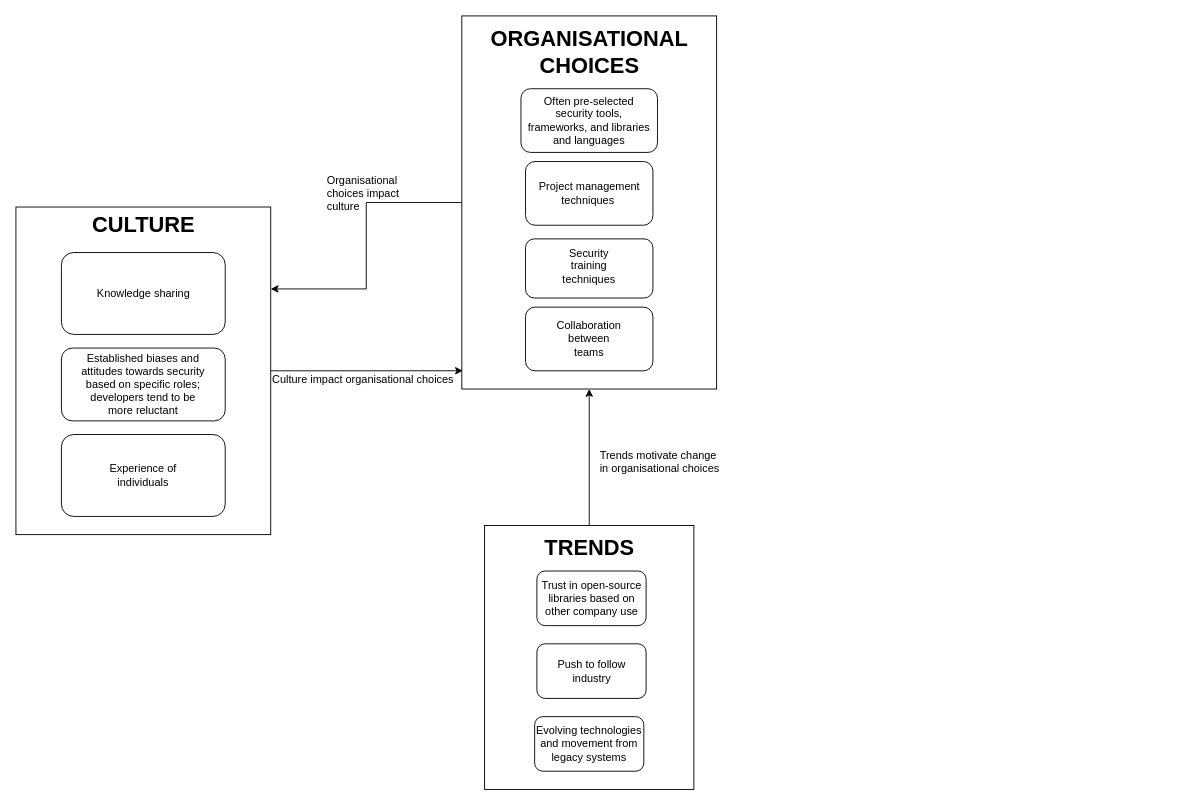
Earlier version of the draw.io diagram reports/final/Emergent_Theory_Diagram.drawio (sajwanlava/ENGR489). Source tidied: cells renumbered, new cells numbered last; positions are measured from the earlier drawing's top-left corner, leaving out a move shared by most shapes. Both pictures are drawn from the tidied source at 91%, with x=0, y=0 at pixel (15, 15).
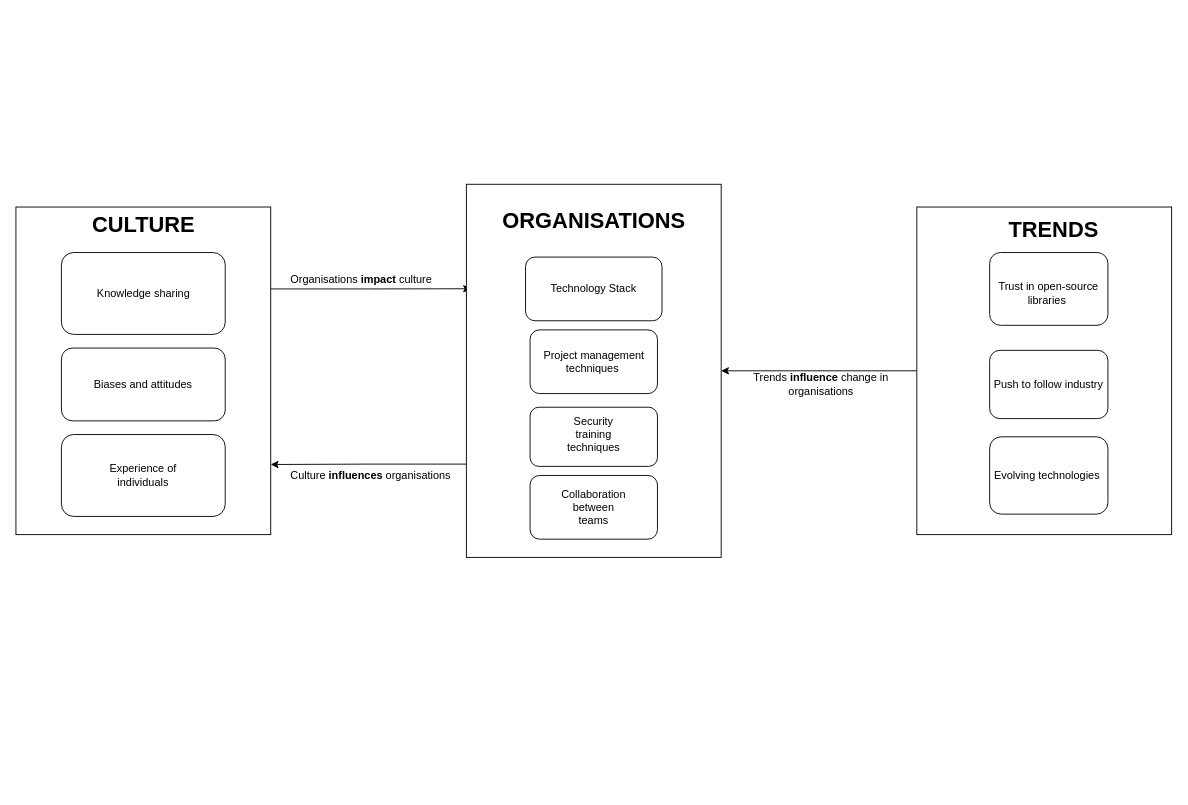
The same page after the edit.

Unchanged cells that the change refers to:
```xml
<mxCell id="3" style="rounded=0;whiteSpace=wrap;html=1;" parent="1" vertex="1">
  <mxGeometry y="210" width="280" height="360" as="geometry" />
</mxCell>
```

The edit, as a diff of the source:
```diff
@@
+    <mxCell id="32" style="edgeStyle=orthogonalEdgeStyle;rounded=0;jettySize=auto;html=1;entryX=1;entryY=0.5;entryDx=0;entryDy=0;" parent="1" edge="1" source="33" target="10">
+      <mxGeometry relative="1" as="geometry" />
+    </mxCell>
+    <mxCell id="33" style="rounded=0;whiteSpace=wrap;html=1;" parent="1" vertex="1">
+      <mxGeometry x="990" y="210" width="280" height="360" as="geometry" />
+    </mxCell>
-    <mxCell id="2" style="edgeStyle=orthogonalEdgeStyle;rounded=0;jettySize=auto;html=1;entryX=0.004;entryY=0.951;entryDx=0;entryDy=0;entryPerimeter=0;" parent="1" edge="1" source="3" target="10">
+    <mxCell id="2" style="edgeStyle=orthogonalEdgeStyle;rounded=0;jettySize=auto;html=1;exitX=1;exitY=0.25;exitDx=0;exitDy=0;entryX=0.018;entryY=0.28;entryDx=0;entryDy=0;entryPerimeter=0;" parent="1" edge="1" source="3" target="10">
       <mxGeometry relative="1" as="geometry" />
     </mxCell>
@@
-    <mxCell id="5" value="Established biases and attitudes towards security based on specific roles; developers tend to be more reluctant" style="text;html=1;strokeColor=none;fillColor=none;align=center;verticalAlign=middle;whiteSpace=wrap;rounded=0;" parent="1" vertex="1">
+    <mxCell id="5" value="Biases and attitudes" style="text;html=1;strokeColor=none;fillColor=none;align=center;verticalAlign=middle;whiteSpace=wrap;rounded=0;" parent="1" vertex="1">
       <mxGeometry x="70" y="395" width="140" height="20" as="geometry" />
     </mxCell>
@@
-    <mxCell id="9" style="edgeStyle=orthogonalEdgeStyle;rounded=0;jettySize=auto;html=1;entryX=1;entryY=0.25;entryDx=0;entryDy=0;" parent="1" edge="1" source="10" target="3">
+    <mxCell id="9" style="edgeStyle=orthogonalEdgeStyle;rounded=0;jettySize=auto;html=1;exitX=0;exitY=0.75;exitDx=0;exitDy=0;entryX=1;entryY=0.786;entryDx=0;entryDy=0;entryPerimeter=0;" parent="1" edge="1" source="10" target="3">
       <mxGeometry relative="1" as="geometry" />
     </mxCell>
     <mxCell id="10" style="rounded=0;whiteSpace=wrap;html=1;" parent="1" vertex="1">
-      <mxGeometry x="490" width="280" height="410" as="geometry" />
+      <mxGeometry x="495" y="185" width="280" height="410" as="geometry" />
     </mxCell>
-    <mxCell id="11" value="ORGANISATIONAL &lt;br&gt;CHOICES" style="text;strokeColor=none;fillColor=none;html=1;fontSize=24;fontStyle=1;verticalAlign=middle;align=center;" parent="1" vertex="1">
-      <mxGeometry x="580" y="20" width="100" height="40" as="geometry" />
+    <mxCell id="11" value="ORGANISATIONS" style="text;strokeColor=none;fillColor=none;html=1;fontSize=24;fontStyle=1;verticalAlign=middle;align=center;" parent="1" vertex="1">
+      <mxGeometry x="585" y="205" width="100" height="40" as="geometry" />
     </mxCell>
     <mxCell id="12" style="rounded=1;whiteSpace=wrap;html=1;" parent="1" vertex="1">
-      <mxGeometry x="560" y="160" width="140" height="70" as="geometry" />
+      <mxGeometry x="565" y="345" width="140" height="70" as="geometry" />
     </mxCell>
     <mxCell id="13" value="Project management techniques&amp;nbsp;" style="text;html=1;strokeColor=none;fillColor=none;align=center;verticalAlign=middle;whiteSpace=wrap;rounded=0;" parent="1" vertex="1">
-      <mxGeometry x="572.5" y="190" width="115" height="10" as="geometry" />
+      <mxGeometry x="577.5" y="375" width="115" height="10" as="geometry" />
     </mxCell>
     <mxCell id="14" style="rounded=1;whiteSpace=wrap;html=1;" parent="1" vertex="1">
-      <mxGeometry x="560" y="245" width="140" height="65" as="geometry" />
+      <mxGeometry x="565" y="430" width="140" height="65" as="geometry" />
     </mxCell>
     <mxCell id="15" value="Security training techniques" style="text;html=1;strokeColor=none;fillColor=none;align=center;verticalAlign=middle;whiteSpace=wrap;rounded=0;" parent="1" vertex="1">
-      <mxGeometry x="610" y="265" width="40" height="20" as="geometry" />
+      <mxGeometry x="615" y="450" width="40" height="20" as="geometry" />
     </mxCell>
-    <mxCell id="16" value="Organisational choices impact culture" style="text;html=1;strokeColor=none;fillColor=none;align=left;verticalAlign=middle;whiteSpace=wrap;rounded=0;" parent="1" vertex="1">
-      <mxGeometry x="340" y="185" width="120" height="20" as="geometry" />
+    <mxCell id="16" value="Organisations&amp;nbsp;&lt;b&gt;impact&lt;/b&gt; culture" style="text;html=1;strokeColor=none;fillColor=none;align=left;verticalAlign=middle;whiteSpace=wrap;rounded=0;" parent="1" vertex="1">
+      <mxGeometry x="300" y="280" width="160" height="20" as="geometry" />
     </mxCell>
     <mxCell id="17" style="rounded=1;whiteSpace=wrap;html=1;" parent="1" vertex="1">
-      <mxGeometry x="560" y="320" width="140" height="70" as="geometry" />
+      <mxGeometry x="565" y="505" width="140" height="70" as="geometry" />
     </mxCell>
     <mxCell id="18" value="Collaboration between teams" style="text;html=1;strokeColor=none;fillColor=none;align=center;verticalAlign=middle;whiteSpace=wrap;rounded=0;" parent="1" vertex="1">
-      <mxGeometry x="610" y="345" width="40" height="20" as="geometry" />
+      <mxGeometry x="615" y="530" width="40" height="20" as="geometry" />
     </mxCell>
-    <mxCell id="19" style="edgeStyle=orthogonalEdgeStyle;rounded=0;jettySize=auto;html=1;entryX=0.5;entryY=1;entryDx=0;entryDy=0;" parent="1" edge="1" source="20" target="10">
-      <mxGeometry relative="1" as="geometry" />
-    </mxCell>
-    <mxCell id="20" style="rounded=0;whiteSpace=wrap;html=1;" parent="1" vertex="1">
-      <mxGeometry x="515" y="560" width="230" height="290" as="geometry" />
-    </mxCell>
     <mxCell id="21" value="TRENDS" style="text;strokeColor=none;fillColor=none;html=1;fontSize=24;fontStyle=1;verticalAlign=middle;align=center;" parent="1" vertex="1">
-      <mxGeometry x="580" y="570" width="100" height="30" as="geometry" />
+      <mxGeometry x="1090" y="220" width="100" height="30" as="geometry" />
     </mxCell>
-    <mxCell id="22" value="Trends motivate change in organisational choices" style="text;html=1;strokeColor=none;fillColor=none;align=left;verticalAlign=middle;whiteSpace=wrap;rounded=0;" parent="1" vertex="1">
-      <mxGeometry x="640" y="480" width="140" height="20" as="geometry" />
+    <mxCell id="22" value="Trends &lt;b&gt;influence&lt;/b&gt; change in organisations" style="text;html=1;strokeColor=none;fillColor=none;align=center;verticalAlign=middle;whiteSpace=wrap;rounded=0;" parent="1" vertex="1">
+      <mxGeometry x="780" y="395" width="210" height="20" as="geometry" />
     </mxCell>
     <mxCell id="23" style="rounded=1;whiteSpace=wrap;html=1;" parent="1" vertex="1">
-      <mxGeometry x="555" y="80" width="150" height="70" as="geometry" />
+      <mxGeometry x="560" y="265" width="150" height="70" as="geometry" />
     </mxCell>
-    <mxCell id="24" value="Often pre-selected security tools, frameworks, and libraries and languages" style="text;html=1;strokeColor=none;fillColor=none;align=center;verticalAlign=middle;whiteSpace=wrap;rounded=0;" parent="1" vertex="1">
-      <mxGeometry x="560" y="105" width="140" height="20" as="geometry" />
+    <mxCell id="24" value="Technology Stack" style="text;html=1;strokeColor=none;fillColor=none;align=center;verticalAlign=middle;whiteSpace=wrap;rounded=0;" parent="1" vertex="1">
+      <mxGeometry x="565" y="290" width="140" height="20" as="geometry" />
     </mxCell>
     <mxCell id="25" style="rounded=1;whiteSpace=wrap;html=1;" parent="1" vertex="1">
-      <mxGeometry x="572.5" y="610" width="120" height="60" as="geometry" />
+      <mxGeometry x="1070" y="260" width="130" height="80" as="geometry" />
     </mxCell>
-    <mxCell id="26" value="Trust in open-source libraries based on other company use" style="text;html=1;strokeColor=none;fillColor=none;align=center;verticalAlign=middle;whiteSpace=wrap;rounded=0;" parent="1" vertex="1">
-      <mxGeometry x="572.5" y="630" width="120" height="20" as="geometry" />
+    <mxCell id="26" value="Trust in open-source libraries&amp;nbsp;" style="text;html=1;strokeColor=none;fillColor=none;align=center;verticalAlign=middle;whiteSpace=wrap;rounded=0;" parent="1" vertex="1">
+      <mxGeometry x="1075" y="295" width="120" height="20" as="geometry" />
     </mxCell>
     <mxCell id="27" value="Push to follow industry" style="rounded=1;whiteSpace=wrap;html=1;" parent="1" vertex="1">
-      <mxGeometry x="572.5" y="690" width="120" height="60" as="geometry" />
+      <mxGeometry x="1070" y="367.5" width="130" height="75" as="geometry" />
     </mxCell>
-    <mxCell id="28" value="Evolving technologies and movement from legacy systems" style="rounded=1;whiteSpace=wrap;html=1;" parent="1" vertex="1">
-      <mxGeometry x="570" y="770" width="120" height="60" as="geometry" />
+    <mxCell id="28" value="Evolving technologies&amp;nbsp;" style="rounded=1;whiteSpace=wrap;html=1;" parent="1" vertex="1">
+      <mxGeometry x="1070" y="462.5" width="130" height="85" as="geometry" />
     </mxCell>
@@
-    <mxCell id="31" value="Culture impact organisational choices" style="text;html=1;strokeColor=none;fillColor=none;align=left;verticalAlign=middle;whiteSpace=wrap;rounded=0;" parent="1" vertex="1">
-      <mxGeometry x="280" y="390" width="210" height="20" as="geometry" />
+    <mxCell id="31" value="Culture &lt;b&gt;influences&lt;/b&gt; organisations" style="text;html=1;strokeColor=none;fillColor=none;align=left;verticalAlign=middle;whiteSpace=wrap;rounded=0;" parent="1" vertex="1">
+      <mxGeometry x="300" y="495" width="225" height="20" as="geometry" />
     </mxCell>
```
